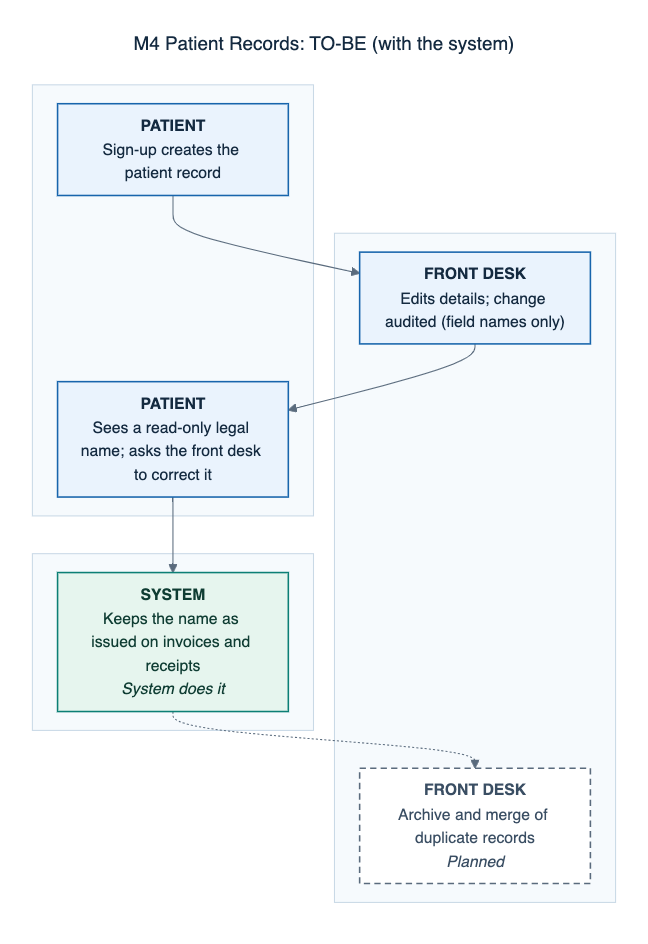
Above: docs/defense/diagrams/png/M4-patient-records-to-be.png in 0phem/multibranch-dental-clinic (Mermaid), before the change. Its source is kept beside it as docs/defense/diagrams/M4-patient-records-to-be.mmd. The source it was exported from:
```mermaid
---
title: "M4 Patient Records: TO-BE (with the system)"
---
flowchart TB
    subgraph L0[" "]
    direction LR
      S0["<b>PATIENT</b><br/>Sign-up creates the patient record"]:::manual
      S2["<b>PATIENT</b><br/>Sees a read-only legal name; asks the front desk to correct it"]:::manual
    end
    subgraph L1[" "]
    direction LR
      S1["<b>FRONT DESK</b><br/>Edits details; change audited (field names only)"]:::manual
      S4["<b>FRONT DESK</b><br/>Archive and merge of duplicate records<br/><i>Planned</i>"]:::planned
    end
    subgraph L4[" "]
    direction LR
      S3["<b>SYSTEM</b><br/>Keeps the name as issued on invoices and receipts<br/><i>System does it</i>"]:::auto
    end
    S0 --> S1
    S1 --> S2
    S2 --> S3
    S3 -.-> S4
    classDef cited fill:#eaf3fd,stroke:#1865ac,color:#142a40,stroke-width:1.5px
    classDef confirm fill:#fffaf0,stroke:#b26a00,color:#5e3c00,stroke-width:1.5px,stroke-dasharray:6 4
    classDef auto fill:#e6f5ee,stroke:#0c7f75,color:#0f3d33,stroke-width:1.5px
    classDef manual fill:#eaf3fd,stroke:#1865ac,color:#142a40,stroke-width:1.5px
    classDef mock fill:#f3f5f7,stroke:#5a6b7d,color:#3a4e63,stroke-width:1.5px,stroke-dasharray:3 3
    classDef planned fill:#ffffff,stroke:#5a6b7d,color:#3a4e63,stroke-width:1.5px,stroke-dasharray:6 4
```
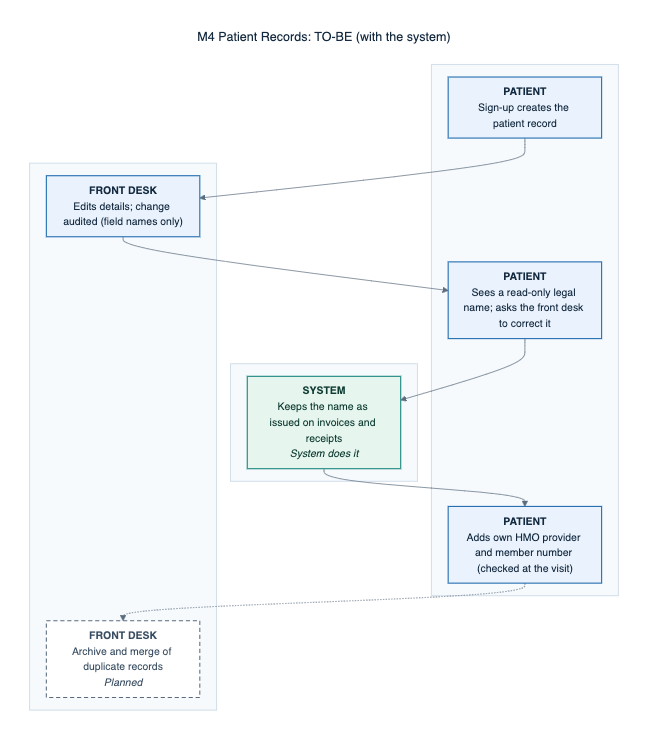
After the commit.

The edit, as a diff of the source:
```diff
@@ -6,11 +6,12 @@
     direction LR
       S0["<b>PATIENT</b><br/>Sign-up creates the patient record"]:::manual
       S2["<b>PATIENT</b><br/>Sees a read-only legal name; asks the front desk to correct it"]:::manual
+      S4["<b>PATIENT</b><br/>Adds own HMO provider and member number (checked at the visit)"]:::manual
     end
     subgraph L1[" "]
     direction LR
       S1["<b>FRONT DESK</b><br/>Edits details; change audited (field names only)"]:::manual
-      S4["<b>FRONT DESK</b><br/>Archive and merge of duplicate records<br/><i>Planned</i>"]:::planned
+      S5["<b>FRONT DESK</b><br/>Archive and merge of duplicate records<br/><i>Planned</i>"]:::planned
     end
     subgraph L4[" "]
     direction LR
@@ -19,7 +20,8 @@
     S0 --> S1
     S1 --> S2
     S2 --> S3
-    S3 -.-> S4
+    S3 --> S4
+    S4 -.-> S5
     classDef cited fill:#eaf3fd,stroke:#1865ac,color:#142a40,stroke-width:1.5px
     classDef confirm fill:#fffaf0,stroke:#b26a00,color:#5e3c00,stroke-width:1.5px,stroke-dasharray:6 4
     classDef auto fill:#e6f5ee,stroke:#0c7f75,color:#0f3d33,stroke-width:1.5px
```
